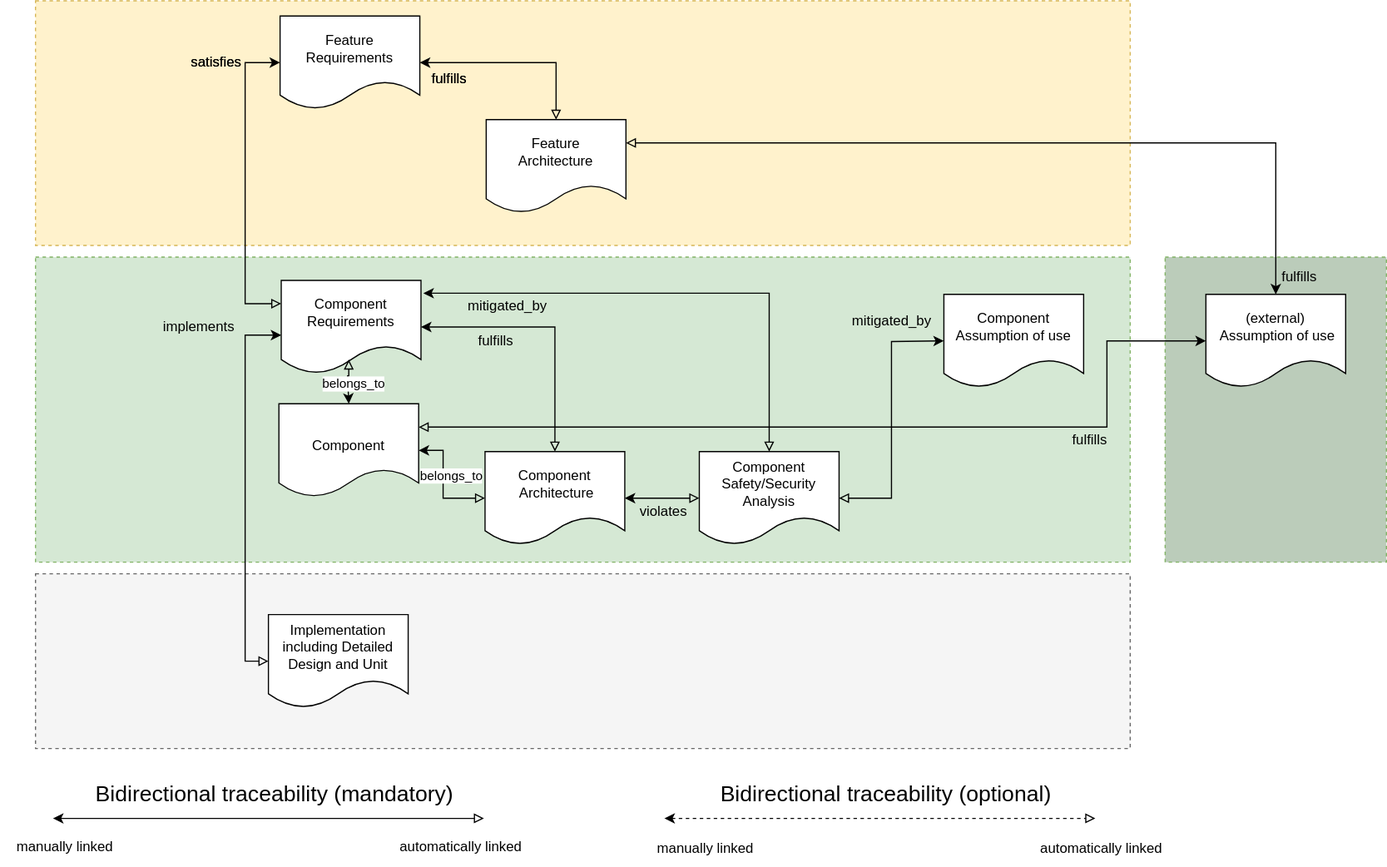
The draw.io diagram main/_images/score_traceability_model_cmp_overview_1.drawio.svg in eclipse-score/process_description, before a commit. Source tidied: cells renumbered, new cells last; positions are measured from the earlier drawing's top-left corner, leaving out a move shared by most shapes. The source it was exported from:
```xml
<mxGraphModel>
  <root>
    <mxCell id="0" />
    <mxCell id="1" parent="0" />
    <mxCell id="2" style="rounded=0;whiteSpace=wrap;html=1;dashed=1;fillColor=#fff2cc;strokeColor=#d6b656;" parent="1" vertex="1">
      <mxGeometry x="30" width="940" height="210" as="geometry" />
    </mxCell>
    <mxCell id="3" style="rounded=0;whiteSpace=wrap;html=1;dashed=1;fillColor=#d5e8d4;strokeColor=#82b366;" parent="1" vertex="1">
      <mxGeometry x="30" y="220" width="940" height="262" as="geometry" />
    </mxCell>
    <mxCell id="4" value="Component Assumption of use" style="shape=document;whiteSpace=wrap;html=1;boundedLbl=1;" parent="1" vertex="1">
      <mxGeometry x="810" y="252" width="120" height="80" as="geometry" />
    </mxCell>
    <mxCell id="5" value="Feature Requirements" style="shape=document;whiteSpace=wrap;html=1;boundedLbl=1;" parent="1" vertex="1">
      <mxGeometry x="240" y="13" width="120" height="80" as="geometry" />
    </mxCell>
    <mxCell id="6" style="edgeStyle=orthogonalEdgeStyle;rounded=0;jettySize=auto;html=1;entryX=0;entryY=0.5;entryDx=0;entryDy=0;startArrow=block;startFill=0;exitX=0;exitY=0.25;exitDx=0;exitDy=0;" parent="1" edge="1" source="8" target="5">
      <mxGeometry relative="1" as="geometry">
        <Array as="points">
          <mxPoint x="210" y="260" />
          <mxPoint x="210" y="53" />
        </Array>
      </mxGeometry>
    </mxCell>
    <mxCell id="7" style="edgeStyle=orthogonalEdgeStyle;rounded=0;jettySize=auto;html=1;entryX=0.5;entryY=0;entryDx=0;entryDy=0;exitX=1.017;exitY=0.138;exitDx=0;exitDy=0;startArrow=classic;startFill=1;exitPerimeter=0;endArrow=block;endFill=0;" parent="1" edge="1" source="8" target="12">
      <mxGeometry x="0.41" relative="1" as="geometry">
        <Array as="points">
          <mxPoint x="660" y="251" />
        </Array>
      </mxGeometry>
    </mxCell>
    <mxCell id="8" value="Component Requirements" style="shape=document;whiteSpace=wrap;html=1;boundedLbl=1;" parent="1" vertex="1">
      <mxGeometry x="241" y="240" width="120" height="80" as="geometry" />
    </mxCell>
    <mxCell id="9" value="&lt;br&gt;&lt;br&gt;Component&lt;br&gt;&amp;nbsp;Architecture&lt;br&gt;&lt;br&gt;&lt;br&gt;" style="shape=document;whiteSpace=wrap;html=1;boundedLbl=1;" parent="1" vertex="1">
      <mxGeometry x="416" y="387" width="120" height="80" as="geometry" />
    </mxCell>
    <mxCell id="10" style="edgeStyle=orthogonalEdgeStyle;rounded=0;jettySize=auto;html=1;entryX=1;entryY=0.5;entryDx=0;entryDy=0;exitX=0.5;exitY=0;exitDx=0;exitDy=0;startArrow=block;startFill=0;" parent="1" edge="1" source="14" target="5">
      <mxGeometry relative="1" as="geometry" />
    </mxCell>
    <mxCell id="11" style="edgeStyle=orthogonalEdgeStyle;rounded=0;jettySize=auto;html=1;entryX=1;entryY=0.5;entryDx=0;entryDy=0;exitX=0;exitY=0.5;exitDx=0;exitDy=0;startArrow=block;startFill=0;" parent="1" edge="1" source="12" target="9">
      <mxGeometry x="0.51" relative="1" as="geometry" />
    </mxCell>
    <mxCell id="12" value="Component&lt;br&gt;Safety/Security Analysis" style="shape=document;whiteSpace=wrap;html=1;boundedLbl=1;" parent="1" vertex="1">
      <mxGeometry x="600" y="387" width="120" height="80" as="geometry" />
    </mxCell>
    <mxCell id="13" style="edgeStyle=orthogonalEdgeStyle;rounded=0;jettySize=auto;html=1;startArrow=classic;startFill=1;entryX=1;entryY=0.5;entryDx=0;entryDy=0;endArrow=block;endFill=0;" parent="1" edge="1" target="12">
      <mxGeometry relative="1" as="geometry">
        <mxPoint x="810" y="292" as="sourcePoint" />
      </mxGeometry>
    </mxCell>
    <mxCell id="14" value="Feature&lt;br&gt;Architecture" style="shape=document;whiteSpace=wrap;html=1;boundedLbl=1;" parent="1" vertex="1">
      <mxGeometry x="417" y="102" width="120" height="80" as="geometry" />
    </mxCell>
    <mxCell id="15" value="&lt;div style=&quot;font-family: Consolas, &amp;quot;Courier New&amp;quot;, monospace; line-height: 19px;&quot;&gt;&lt;br&gt;&lt;/div&gt;" style="text;html=1;align=center;verticalAlign=middle;strokeColor=none;fillColor=none;fontSize=6;fontColor=#000000;" parent="1" vertex="1">
      <mxGeometry x="285" y="48" width="20" height="30" as="geometry" />
    </mxCell>
    <mxCell id="16" style="rounded=0;whiteSpace=wrap;html=1;dashed=1;fillColor=#BBCCBA;strokeColor=#82b366;" parent="1" vertex="1">
      <mxGeometry x="1000" y="220" width="190" height="262" as="geometry" />
    </mxCell>
    <mxCell id="17" style="edgeStyle=orthogonalEdgeStyle;rounded=0;jettySize=auto;html=1;entryX=1;entryY=0.25;entryDx=0;entryDy=0;fontSize=19;startArrow=classic;startFill=1;endArrow=block;endFill=0;" parent="1" edge="1" target="14">
      <mxGeometry relative="1" as="geometry">
        <mxPoint x="1095" y="252" as="sourcePoint" />
        <Array as="points">
          <mxPoint x="1095" y="122" />
        </Array>
      </mxGeometry>
    </mxCell>
    <mxCell id="18" value="(external)&lt;br&gt;&amp;nbsp;Assumption of use" style="shape=document;whiteSpace=wrap;html=1;boundedLbl=1;" parent="1" vertex="1">
      <mxGeometry x="1035" y="252" width="120" height="80" as="geometry" />
    </mxCell>
    <mxCell id="19" style="edgeStyle=orthogonalEdgeStyle;rounded=0;jettySize=auto;html=1;startArrow=block;startFill=0;entryX=0;entryY=0.5;entryDx=0;entryDy=0;exitX=1;exitY=0.25;exitDx=0;exitDy=0;" parent="1" edge="1" source="43" target="18">
      <mxGeometry relative="1" as="geometry">
        <Array as="points">
          <mxPoint x="950" y="366" />
          <mxPoint x="950" y="292" />
        </Array>
      </mxGeometry>
    </mxCell>
    <mxCell id="20" style="rounded=0;whiteSpace=wrap;html=1;dashed=1;fillColor=#f5f5f5;fontColor=#333333;strokeColor=#666666;" parent="1" vertex="1">
      <mxGeometry x="30" y="492" width="940" height="150" as="geometry" />
    </mxCell>
    <mxCell id="21" style="edgeStyle=orthogonalEdgeStyle;rounded=0;jettySize=auto;html=1;startArrow=block;startFill=0;exitX=0;exitY=0.5;exitDx=0;exitDy=0;entryX=0;entryY=0.588;entryDx=0;entryDy=0;entryPerimeter=0;endArrow=classic;endFill=1;" parent="1" edge="1" source="22" target="8">
      <mxGeometry relative="1" as="geometry" />
    </mxCell>
    <mxCell id="22" value="Implementation&lt;br&gt;including Detailed Design and Unit" style="shape=document;whiteSpace=wrap;html=1;boundedLbl=1;" parent="1" vertex="1">
      <mxGeometry x="230" y="527" width="120" height="80" as="geometry" />
    </mxCell>
    <mxCell id="23" style="edgeStyle=orthogonalEdgeStyle;rounded=0;jettySize=auto;html=1;entryX=1;entryY=0.5;entryDx=0;entryDy=0;exitX=0;exitY=0.5;exitDx=0;exitDy=0;startArrow=block;startFill=0;" parent="1" edge="1" source="9" target="43">
      <mxGeometry relative="1" as="geometry">
        <Array as="points">
          <mxPoint x="380" y="427" />
          <mxPoint x="380" y="386" />
        </Array>
      </mxGeometry>
    </mxCell>
    <mxCell id="24" value="belongs_to" style="edgeLabel;html=1;align=center;verticalAlign=middle;" parent="23" vertex="1">
      <mxGeometry x="0.14" y="1" relative="1" as="geometry">
        <mxPoint x="7" as="offset" />
      </mxGeometry>
    </mxCell>
    <mxCell id="25" style="edgeStyle=orthogonalEdgeStyle;rounded=0;orthogonalLoop=1;jettySize=auto;html=1;startArrow=classic;startFill=1;endArrow=block;endFill=0;" parent="1" edge="1">
      <mxGeometry x="0.38" y="5" relative="1" as="geometry">
        <mxPoint x="45" y="702" as="sourcePoint" />
        <mxPoint x="415" y="702" as="targetPoint" />
        <Array as="points">
          <mxPoint x="62" y="702" />
        </Array>
      </mxGeometry>
    </mxCell>
    <mxCell id="26" value="Bidirectional traceability (mandatory)" style="text;html=1;align=center;verticalAlign=middle;strokeColor=none;fillColor=none;fontSize=19;" parent="1" vertex="1">
      <mxGeometry x="70" y="662" width="330" height="40" as="geometry" />
    </mxCell>
    <mxCell id="27" style="edgeStyle=orthogonalEdgeStyle;rounded=0;orthogonalLoop=1;jettySize=auto;html=1;startArrow=classic;startFill=1;dashed=1;endArrow=block;endFill=0;" parent="1" edge="1">
      <mxGeometry x="0.38" y="5" relative="1" as="geometry">
        <mxPoint x="570" y="702" as="sourcePoint" />
        <mxPoint x="940" y="702" as="targetPoint" />
        <Array as="points">
          <mxPoint x="587" y="702" />
        </Array>
      </mxGeometry>
    </mxCell>
    <mxCell id="28" value="Bidirectional traceability (optional)" style="text;html=1;align=center;verticalAlign=middle;strokeColor=none;fillColor=none;fontSize=19;" parent="1" vertex="1">
      <mxGeometry x="605" y="662" width="310" height="40" as="geometry" />
    </mxCell>
    <mxCell id="29" value="manually linked" style="text;html=1;align=center;verticalAlign=middle;strokeColor=none;fillColor=none;" parent="1" vertex="1">
      <mxGeometry y="712" width="110" height="30" as="geometry" />
    </mxCell>
    <mxCell id="30" value="automatically linked" style="text;html=1;align=center;verticalAlign=middle;strokeColor=none;fillColor=none;" parent="1" vertex="1">
      <mxGeometry x="330" y="712" width="130" height="30" as="geometry" />
    </mxCell>
    <mxCell id="31" value="manually linked" style="text;html=1;align=center;verticalAlign=middle;strokeColor=none;fillColor=none;" parent="1" vertex="1">
      <mxGeometry x="550" y="713" width="110" height="30" as="geometry" />
    </mxCell>
    <mxCell id="32" value="automatically linked" style="text;html=1;align=center;verticalAlign=middle;strokeColor=none;fillColor=none;" parent="1" vertex="1">
      <mxGeometry x="880" y="713" width="130" height="30" as="geometry" />
    </mxCell>
    <mxCell id="33" value="implements" style="text;html=1;align=center;verticalAlign=middle;strokeColor=none;fillColor=none;" parent="1" vertex="1">
      <mxGeometry x="130" y="265" width="80" height="30" as="geometry" />
    </mxCell>
    <mxCell id="34" value="fulfills" style="text;html=1;align=center;verticalAlign=middle;strokeColor=none;fillColor=none;" parent="1" vertex="1">
      <mxGeometry x="910" y="362" width="50" height="30" as="geometry" />
    </mxCell>
    <mxCell id="35" value="fulfills" style="text;html=1;align=center;verticalAlign=middle;strokeColor=none;fillColor=none;" parent="1" vertex="1">
      <mxGeometry x="1090" y="222" width="50" height="30" as="geometry" />
    </mxCell>
    <mxCell id="36" value="fulfills" style="text;html=1;align=center;verticalAlign=middle;strokeColor=none;fillColor=none;" parent="1" vertex="1">
      <mxGeometry x="360" y="52" width="50" height="30" as="geometry" />
    </mxCell>
    <mxCell id="37" value="satisfies" style="text;html=1;align=center;verticalAlign=middle;strokeColor=none;fillColor=none;" parent="1" vertex="1">
      <mxGeometry x="150" y="38" width="70" height="30" as="geometry" />
    </mxCell>
    <mxCell id="38" value="violates" style="text;html=1;align=center;verticalAlign=middle;strokeColor=none;fillColor=none;" parent="1" vertex="1">
      <mxGeometry x="539" y="424" width="60" height="30" as="geometry" />
    </mxCell>
    <mxCell id="39" value="mitigated_by" style="text;html=1;align=center;verticalAlign=middle;strokeColor=none;fillColor=none;" parent="1" vertex="1">
      <mxGeometry x="720" y="260" width="90" height="30" as="geometry" />
    </mxCell>
    <mxCell id="40" value="satisfies" style="text;html=1;align=center;verticalAlign=middle;strokeColor=none;fillColor=none;" parent="1" vertex="1">
      <mxGeometry x="150" y="38" width="70" height="30" as="geometry" />
    </mxCell>
    <mxCell id="41" value="fulfills" style="text;html=1;align=center;verticalAlign=middle;strokeColor=none;fillColor=none;" parent="1" vertex="1">
      <mxGeometry x="360" y="52" width="50" height="30" as="geometry" />
    </mxCell>
    <mxCell id="42" value="mitigated_by" style="text;html=1;align=center;verticalAlign=middle;strokeColor=none;fillColor=none;" parent="1" vertex="1">
      <mxGeometry x="390" y="247" width="90" height="30" as="geometry" />
    </mxCell>
    <mxCell id="43" value="&lt;br&gt;&lt;br&gt;Component&lt;br&gt;&lt;br&gt;" style="shape=document;whiteSpace=wrap;html=1;boundedLbl=1;" parent="1" vertex="1">
      <mxGeometry x="239" y="346" width="120" height="80" as="geometry" />
    </mxCell>
    <mxCell id="44" style="edgeStyle=orthogonalEdgeStyle;rounded=0;jettySize=auto;html=1;entryX=0.5;entryY=0;entryDx=0;entryDy=0;exitX=0.483;exitY=0.85;exitDx=0;exitDy=0;startArrow=block;startFill=0;exitPerimeter=0;" parent="1" edge="1" source="8" target="43">
      <mxGeometry relative="1" as="geometry">
        <Array as="points">
          <mxPoint x="299" y="322" />
          <mxPoint x="298" y="322" />
        </Array>
      </mxGeometry>
    </mxCell>
    <mxCell id="45" value="belongs_to" style="edgeLabel;html=1;align=center;verticalAlign=middle;" parent="44" vertex="1">
      <mxGeometry x="0.15" y="4" relative="1" as="geometry" />
    </mxCell>
    <mxCell id="46" style="edgeStyle=orthogonalEdgeStyle;rounded=0;jettySize=auto;html=1;exitX=0.5;exitY=0;exitDx=0;exitDy=0;startArrow=block;startFill=0;entryX=1;entryY=0.5;entryDx=0;entryDy=0;" parent="1" edge="1" source="9" target="8">
      <mxGeometry relative="1" as="geometry" />
    </mxCell>
    <mxCell id="47" value="fulfills" style="text;html=1;align=center;verticalAlign=middle;strokeColor=none;fillColor=none;" parent="1" vertex="1">
      <mxGeometry x="400" y="277" width="50" height="30" as="geometry" />
    </mxCell>
  </root>
</mxGraphModel>
```
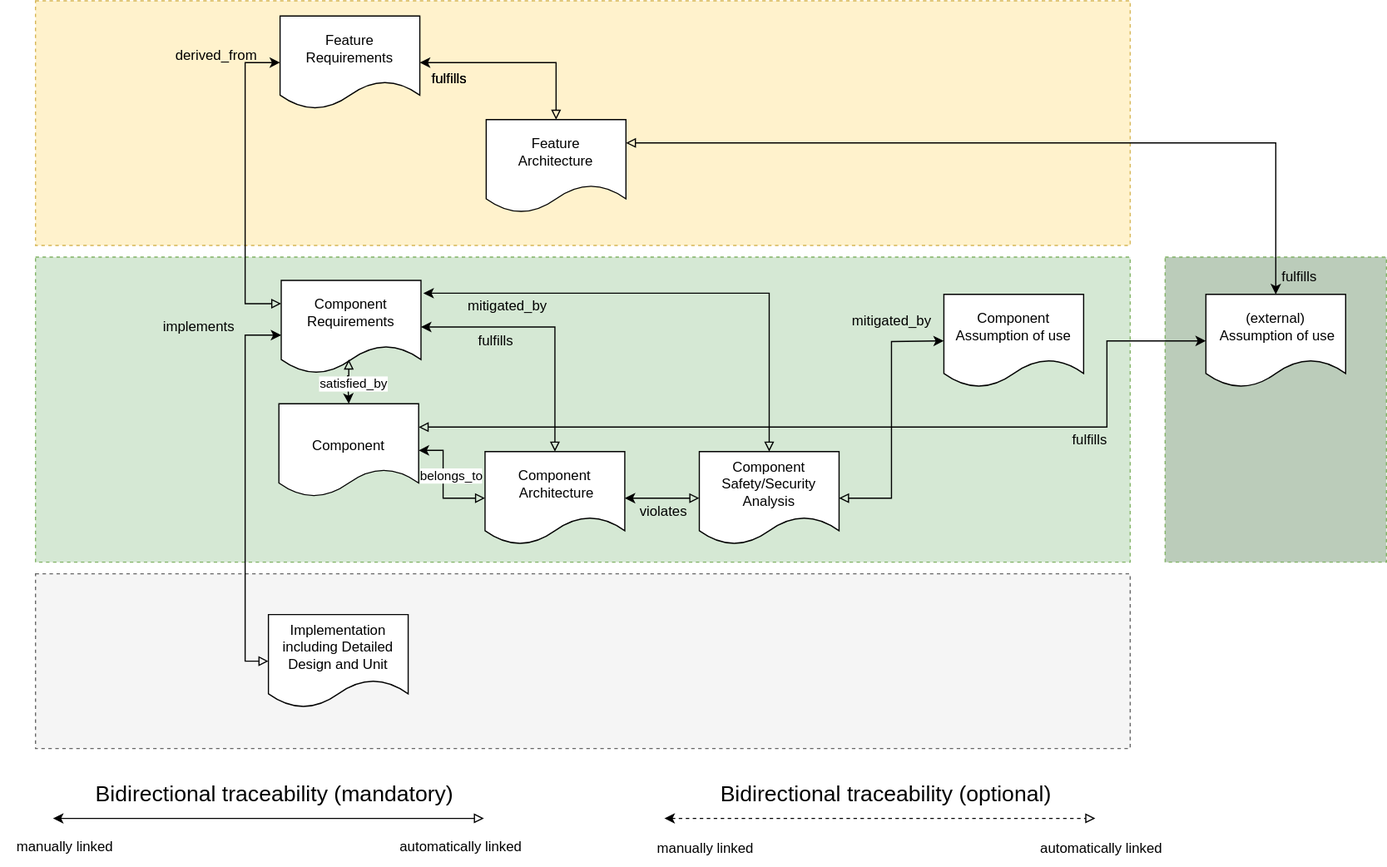
The same file after the commit.

Diff of the diagram source:
```diff
@@ -147,17 +147,14 @@
     <mxCell id="36" value="fulfills" style="text;html=1;align=center;verticalAlign=middle;strokeColor=none;fillColor=none;" parent="1" vertex="1">
       <mxGeometry x="360" y="52" width="50" height="30" as="geometry" />
     </mxCell>
-    <mxCell id="37" value="satisfies" style="text;html=1;align=center;verticalAlign=middle;strokeColor=none;fillColor=none;" parent="1" vertex="1">
-      <mxGeometry x="150" y="38" width="70" height="30" as="geometry" />
-    </mxCell>
     <mxCell id="38" value="violates" style="text;html=1;align=center;verticalAlign=middle;strokeColor=none;fillColor=none;" parent="1" vertex="1">
       <mxGeometry x="539" y="424" width="60" height="30" as="geometry" />
     </mxCell>
     <mxCell id="39" value="mitigated_by" style="text;html=1;align=center;verticalAlign=middle;strokeColor=none;fillColor=none;" parent="1" vertex="1">
       <mxGeometry x="720" y="260" width="90" height="30" as="geometry" />
     </mxCell>
-    <mxCell id="40" value="satisfies" style="text;html=1;align=center;verticalAlign=middle;strokeColor=none;fillColor=none;" parent="1" vertex="1">
-      <mxGeometry x="150" y="38" width="70" height="30" as="geometry" />
+    <mxCell id="40" value="derived_from" style="text;html=1;align=center;verticalAlign=middle;strokeColor=none;fillColor=none;" parent="1" vertex="1">
+      <mxGeometry x="140" y="32" width="90" height="30" as="geometry" />
     </mxCell>
     <mxCell id="41" value="fulfills" style="text;html=1;align=center;verticalAlign=middle;strokeColor=none;fillColor=none;" parent="1" vertex="1">
       <mxGeometry x="360" y="52" width="50" height="30" as="geometry" />
@@ -176,7 +173,7 @@
         </Array>
       </mxGeometry>
     </mxCell>
-    <mxCell id="45" value="belongs_to" style="edgeLabel;html=1;align=center;verticalAlign=middle;" parent="44" vertex="1">
+    <mxCell id="45" value="satisfied_by" style="edgeLabel;html=1;align=center;verticalAlign=middle;" parent="44" vertex="1">
       <mxGeometry x="0.15" y="4" relative="1" as="geometry" />
     </mxCell>
     <mxCell id="46" style="edgeStyle=orthogonalEdgeStyle;rounded=0;jettySize=auto;html=1;exitX=0.5;exitY=0;exitDx=0;exitDy=0;startArrow=block;startFill=0;entryX=1;entryY=0.5;entryDx=0;entryDy=0;" parent="1" edge="1" source="9" target="8">
```
